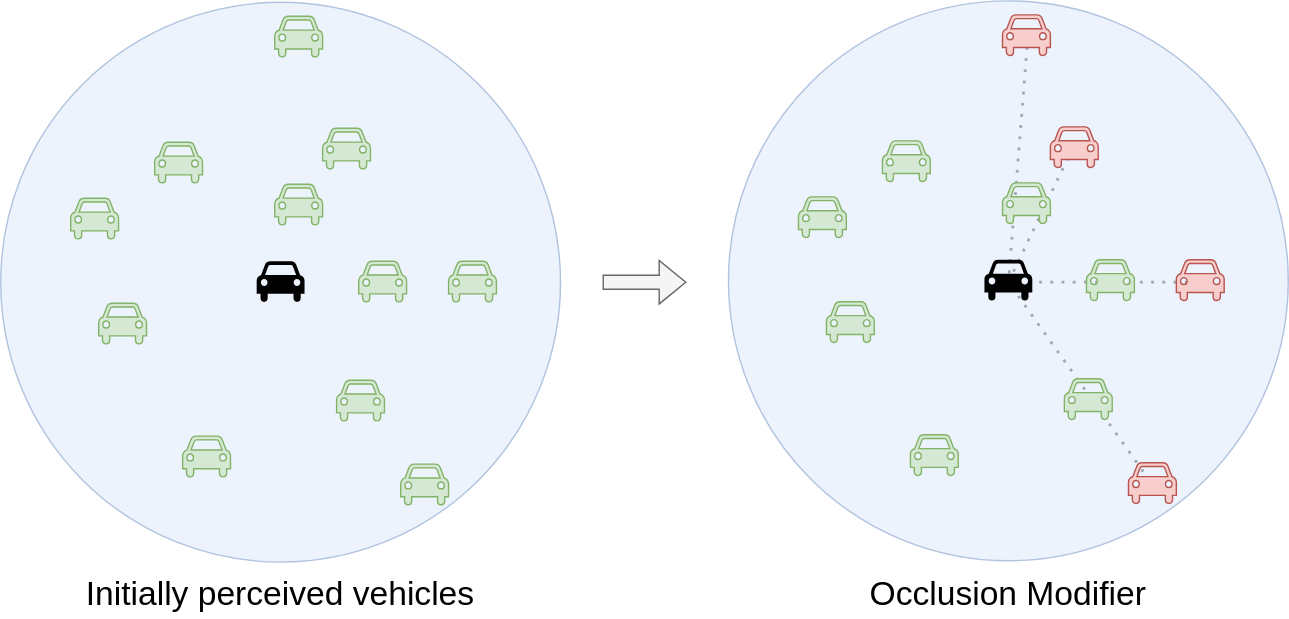
This is content/docs/develop_applications/images/occlusion_modifier.svg from eclipse/mosaic.website, a draw.io export, as it was before one commit. Source tidied: cells renumbered, new cells last; positions are measured from the earlier drawing's top-left corner, leaving out a move shared by most shapes.
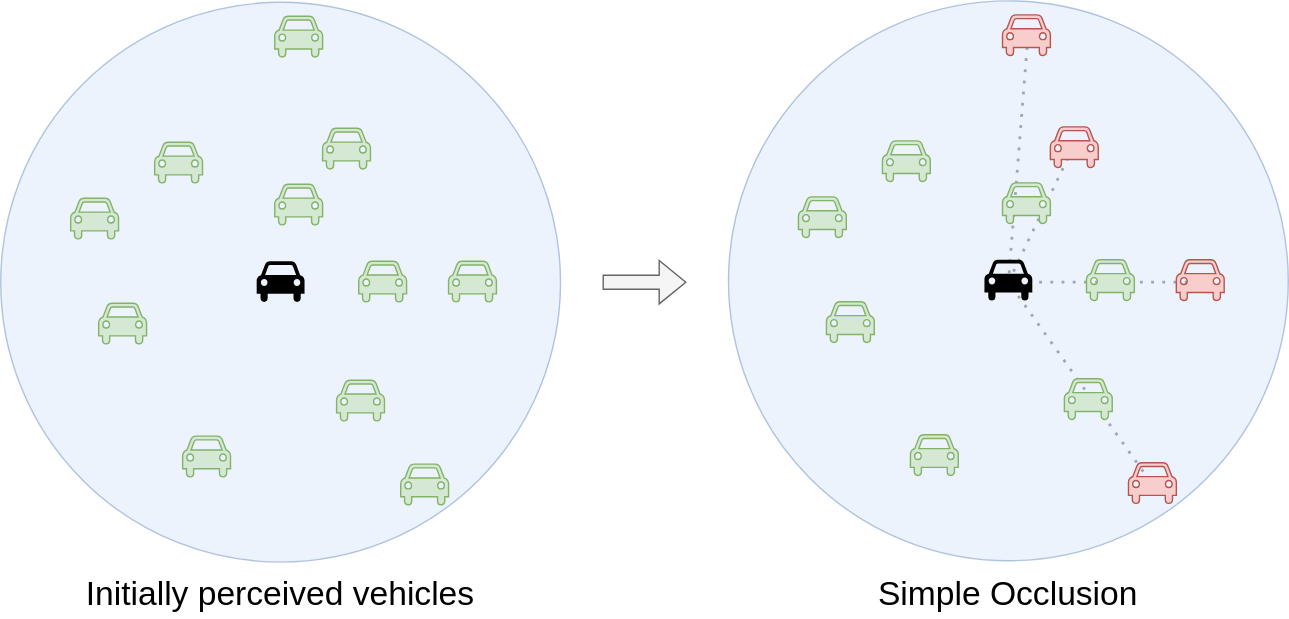
The same file after the commit.

What changed in the source:
```diff
@@ -113,7 +113,7 @@
     <mxCell id="33" value="&lt;font style=&quot;font-size: 24px;&quot;&gt;Initially perceived vehicles&lt;/font&gt;" style="text;html=1;strokeColor=none;fillColor=none;align=center;verticalAlign=bottom;whiteSpace=wrap;rounded=0;fontSize=24;" parent="1" vertex="1">
       <mxGeometry x="40" y="411" width="320" height="30" as="geometry" />
     </mxCell>
-    <mxCell id="34" value="&lt;font style=&quot;font-size: 24px;&quot;&gt;Occlusion Modifier&lt;/font&gt;" style="text;html=1;strokeColor=none;fillColor=none;align=center;verticalAlign=bottom;whiteSpace=wrap;rounded=0;fontSize=24;" parent="1" vertex="1">
+    <mxCell id="34" value="&lt;font style=&quot;font-size: 24px;&quot;&gt;Simple Occlusion&lt;/font&gt;" style="text;html=1;strokeColor=none;fillColor=none;align=center;verticalAlign=bottom;whiteSpace=wrap;rounded=0;fontSize=24;" parent="1" vertex="1">
       <mxGeometry x="560" y="411" width="320" height="30" as="geometry" />
     </mxCell>
   </root>
```
